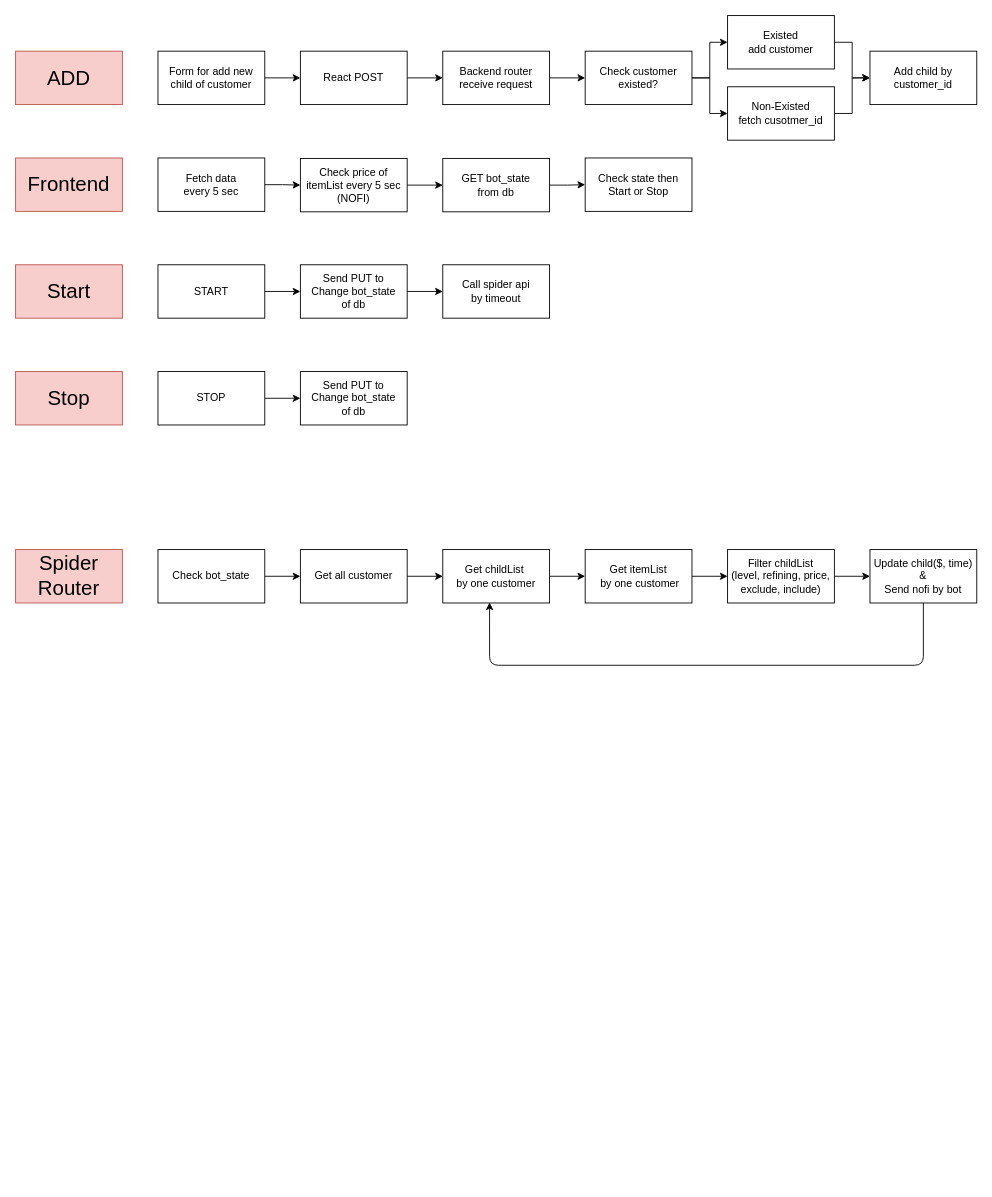
neat1144/ro-price-bot keeps this draw.io diagram as flow.drawio. Above is the earlier version. Source tidied: cells renumbered, new cells numbered last; positions are measured from the earlier drawing's top-left corner, leaving out a move shared by most shapes. Both pictures are drawn from the tidied source at 89%, with x=0, y=0 at pixel (15, 15).
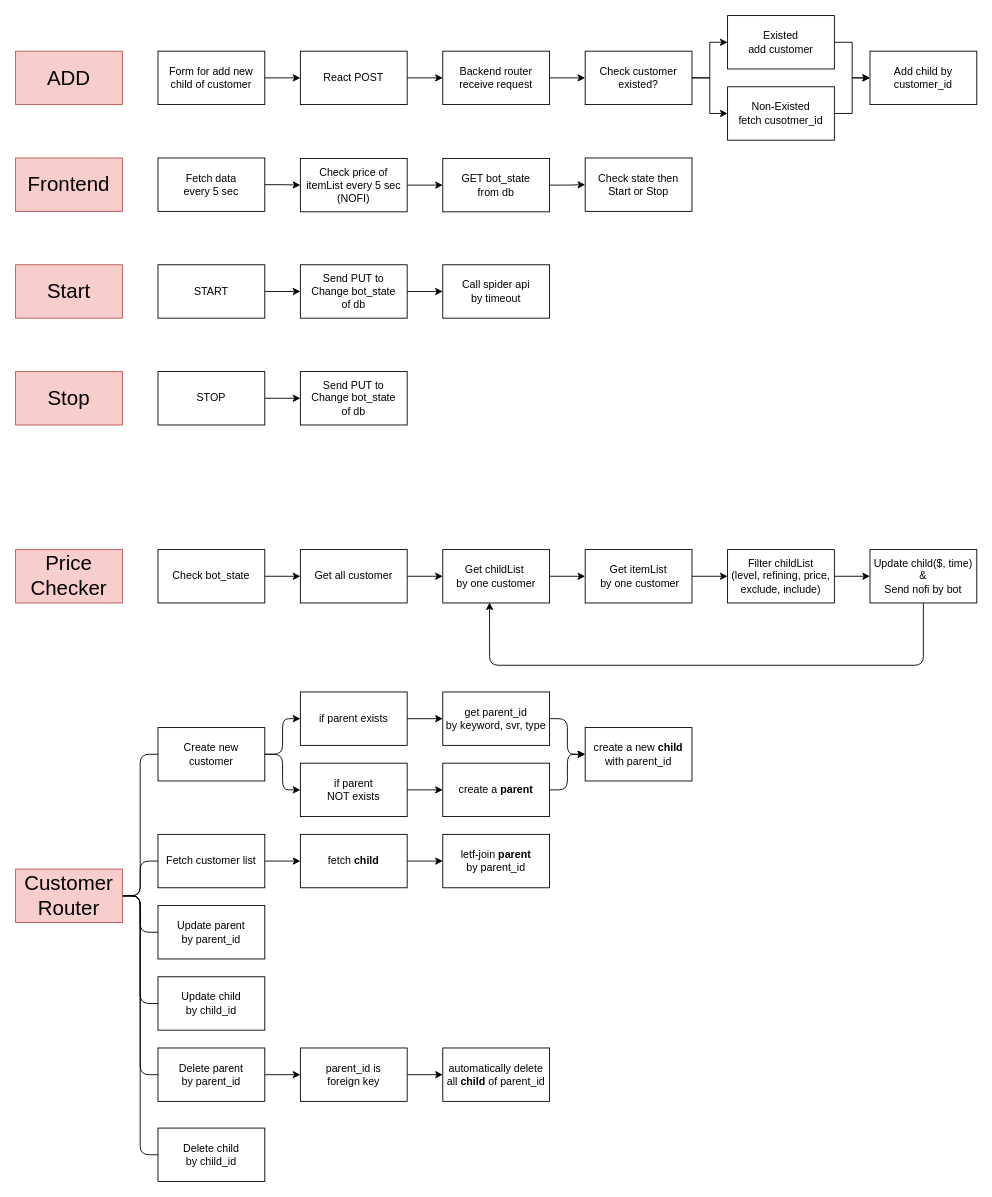
The same page after the edit.

Commit message (it also covers changes not shown here):
complete customer router for create/fetch parent and child

What changed in the source:
```diff
@@
-    <mxCell id="11" value="Spider&lt;br&gt;Router" style="text;html=1;strokeColor=#b85450;fillColor=#f8cecc;align=center;verticalAlign=middle;whiteSpace=wrap;rounded=0;fontSize=23;" parent="1" vertex="1">
+    <mxCell id="11" value="Price Checker" style="text;html=1;strokeColor=#b85450;fillColor=#f8cecc;align=center;verticalAlign=middle;whiteSpace=wrap;rounded=0;fontSize=23;" parent="1" vertex="1">
       <mxGeometry y="600" width="120" height="60" as="geometry" />
     </mxCell>
@@
+    <mxCell id="48" style="edgeStyle=orthogonalEdgeStyle;html=1;exitX=1;exitY=0.5;exitDx=0;exitDy=0;entryX=0;entryY=0.5;entryDx=0;entryDy=0;endArrow=none;endFill=0;" parent="1" edge="1" source="54" target="62">
+      <mxGeometry relative="1" as="geometry" />
+    </mxCell>
+    <mxCell id="49" style="edgeStyle=orthogonalEdgeStyle;html=1;exitX=1;exitY=0.5;exitDx=0;exitDy=0;entryX=0;entryY=0.5;entryDx=0;entryDy=0;endArrow=none;endFill=0;" parent="1" edge="1" source="54" target="63">
+      <mxGeometry relative="1" as="geometry" />
+    </mxCell>
+    <mxCell id="50" style="edgeStyle=orthogonalEdgeStyle;html=1;exitX=1;exitY=0.5;exitDx=0;exitDy=0;entryX=0;entryY=0.5;entryDx=0;entryDy=0;endArrow=none;endFill=0;" parent="1" edge="1" source="54" target="64">
+      <mxGeometry relative="1" as="geometry" />
+    </mxCell>
+    <mxCell id="51" style="edgeStyle=orthogonalEdgeStyle;html=1;exitX=1;exitY=0.5;exitDx=0;exitDy=0;entryX=0;entryY=0.5;entryDx=0;entryDy=0;endArrow=none;endFill=0;" parent="1" edge="1" source="54" target="57">
+      <mxGeometry relative="1" as="geometry" />
+    </mxCell>
+    <mxCell id="52" style="edgeStyle=orthogonalEdgeStyle;html=1;exitX=1;exitY=0.5;exitDx=0;exitDy=0;entryX=0;entryY=0.5;entryDx=0;entryDy=0;endArrow=none;endFill=0;" parent="1" edge="1" source="54" target="66">
+      <mxGeometry relative="1" as="geometry" />
+    </mxCell>
+    <mxCell id="53" style="edgeStyle=orthogonalEdgeStyle;html=1;exitX=1;exitY=0.5;exitDx=0;exitDy=0;entryX=0;entryY=0.5;entryDx=0;entryDy=0;endArrow=none;endFill=0;" parent="1" edge="1" source="54" target="67">
+      <mxGeometry relative="1" as="geometry" />
+    </mxCell>
+    <mxCell id="54" value="Customer&lt;br&gt;Router" style="text;html=1;strokeColor=#b85450;fillColor=#f8cecc;align=center;verticalAlign=middle;whiteSpace=wrap;rounded=0;fontSize=23;" parent="1" vertex="1">
+      <mxGeometry y="959" width="120" height="60" as="geometry" />
+    </mxCell>
+    <mxCell id="55" style="edgeStyle=orthogonalEdgeStyle;html=1;endArrow=classic;endFill=1;" parent="1" edge="1" source="57" target="59">
+      <mxGeometry relative="1" as="geometry" />
+    </mxCell>
+    <mxCell id="56" style="edgeStyle=orthogonalEdgeStyle;html=1;exitX=1;exitY=0.5;exitDx=0;exitDy=0;entryX=0;entryY=0.5;entryDx=0;entryDy=0;" parent="1" edge="1" source="57" target="74">
+      <mxGeometry relative="1" as="geometry" />
+    </mxCell>
+    <mxCell id="57" value="Create new&lt;br&gt;customer" style="rounded=0;whiteSpace=wrap;html=1;fontSize=12;" parent="1" vertex="1">
+      <mxGeometry x="160" y="800" width="120" height="60" as="geometry" />
+    </mxCell>
+    <mxCell id="58" style="edgeStyle=orthogonalEdgeStyle;html=1;" parent="1" edge="1" source="59" target="78">
+      <mxGeometry relative="1" as="geometry" />
+    </mxCell>
+    <mxCell id="59" value="if parent exists" style="rounded=0;whiteSpace=wrap;html=1;fontSize=12;" parent="1" vertex="1">
+      <mxGeometry x="320" y="760" width="120" height="60" as="geometry" />
+    </mxCell>
+    <mxCell id="60" value="create a new&amp;nbsp;&lt;b&gt;child&lt;/b&gt;&lt;br&gt;with parent_id" style="rounded=0;whiteSpace=wrap;html=1;fontSize=12;" parent="1" vertex="1">
+      <mxGeometry x="640" y="800" width="120" height="60" as="geometry" />
+    </mxCell>
+    <mxCell id="61" style="edgeStyle=orthogonalEdgeStyle;html=1;endArrow=classic;endFill=1;" parent="1" edge="1" source="62" target="69">
+      <mxGeometry relative="1" as="geometry" />
+    </mxCell>
+    <mxCell id="62" value="Fetch customer list" style="rounded=0;whiteSpace=wrap;html=1;fontSize=12;" parent="1" vertex="1">
+      <mxGeometry x="160" y="920" width="120" height="60" as="geometry" />
+    </mxCell>
+    <mxCell id="63" value="Update parent&lt;br&gt;by parent_id" style="rounded=0;whiteSpace=wrap;html=1;fontSize=12;" parent="1" vertex="1">
+      <mxGeometry x="160" y="1000" width="120" height="60" as="geometry" />
+    </mxCell>
+    <mxCell id="64" value="Update child&lt;br&gt;by child_id" style="rounded=0;whiteSpace=wrap;html=1;fontSize=12;" parent="1" vertex="1">
+      <mxGeometry x="160" y="1080" width="120" height="60" as="geometry" />
+    </mxCell>
+    <mxCell id="65" style="edgeStyle=orthogonalEdgeStyle;html=1;endArrow=classic;endFill=1;" parent="1" edge="1" source="66" target="72">
+      <mxGeometry relative="1" as="geometry" />
+    </mxCell>
+    <mxCell id="66" value="Delete parent&lt;br&gt;by parent_id" style="rounded=0;whiteSpace=wrap;html=1;fontSize=12;" parent="1" vertex="1">
+      <mxGeometry x="160" y="1160" width="120" height="60" as="geometry" />
+    </mxCell>
+    <mxCell id="67" value="Delete child&lt;br&gt;by child_id" style="rounded=0;whiteSpace=wrap;html=1;fontSize=12;" parent="1" vertex="1">
+      <mxGeometry x="160" y="1250" width="120" height="60" as="geometry" />
+    </mxCell>
+    <mxCell id="68" style="edgeStyle=orthogonalEdgeStyle;html=1;endArrow=classic;endFill=1;" parent="1" edge="1" source="69" target="70">
+      <mxGeometry relative="1" as="geometry" />
+    </mxCell>
+    <mxCell id="69" value="fetch &lt;b&gt;child&lt;/b&gt;" style="rounded=0;whiteSpace=wrap;html=1;fontSize=12;" parent="1" vertex="1">
+      <mxGeometry x="320" y="920" width="120" height="60" as="geometry" />
+    </mxCell>
+    <mxCell id="70" value="letf-join&amp;nbsp;&lt;b&gt;parent&lt;/b&gt;&lt;br&gt;by parent_id" style="rounded=0;whiteSpace=wrap;html=1;fontSize=12;" parent="1" vertex="1">
+      <mxGeometry x="480" y="920" width="120" height="60" as="geometry" />
+    </mxCell>
+    <mxCell id="71" style="edgeStyle=orthogonalEdgeStyle;html=1;exitX=1;exitY=0.5;exitDx=0;exitDy=0;entryX=0;entryY=0.5;entryDx=0;entryDy=0;" parent="1" edge="1" source="72" target="79">
+      <mxGeometry relative="1" as="geometry" />
+    </mxCell>
+    <mxCell id="72" value="parent_id is &lt;br&gt;foreign key" style="rounded=0;whiteSpace=wrap;html=1;fontSize=12;" parent="1" vertex="1">
+      <mxGeometry x="320" y="1160" width="120" height="60" as="geometry" />
+    </mxCell>
+    <mxCell id="73" style="edgeStyle=none;html=1;" parent="1" edge="1" source="74" target="76">
+      <mxGeometry relative="1" as="geometry" />
+    </mxCell>
+    <mxCell id="74" value="if parent&lt;br&gt;NOT exists" style="rounded=0;whiteSpace=wrap;html=1;fontSize=12;" parent="1" vertex="1">
+      <mxGeometry x="320" y="840" width="120" height="60" as="geometry" />
+    </mxCell>
+    <mxCell id="75" style="edgeStyle=orthogonalEdgeStyle;html=1;exitX=1;exitY=0.5;exitDx=0;exitDy=0;entryX=0;entryY=0.5;entryDx=0;entryDy=0;" parent="1" edge="1" source="76" target="60">
+      <mxGeometry relative="1" as="geometry" />
+    </mxCell>
+    <mxCell id="76" value="create a &lt;b&gt;parent&lt;/b&gt;" style="rounded=0;whiteSpace=wrap;html=1;fontSize=12;" parent="1" vertex="1">
+      <mxGeometry x="480" y="840" width="120" height="60" as="geometry" />
+    </mxCell>
+    <mxCell id="77" style="edgeStyle=orthogonalEdgeStyle;html=1;entryX=0;entryY=0.5;entryDx=0;entryDy=0;" parent="1" edge="1" source="78" target="60">
+      <mxGeometry relative="1" as="geometry" />
+    </mxCell>
+    <mxCell id="78" value="get parent_id&lt;br&gt;by keyword, svr, type" style="rounded=0;whiteSpace=wrap;html=1;fontSize=12;" parent="1" vertex="1">
+      <mxGeometry x="480" y="760" width="120" height="60" as="geometry" />
+    </mxCell>
+    <mxCell id="79" value="automatically delete&lt;br&gt;all &lt;b&gt;child &lt;/b&gt;of parent_id" style="rounded=0;whiteSpace=wrap;html=1;fontSize=12;" parent="1" vertex="1">
+      <mxGeometry x="480" y="1160" width="120" height="60" as="geometry" />
+    </mxCell>
```
